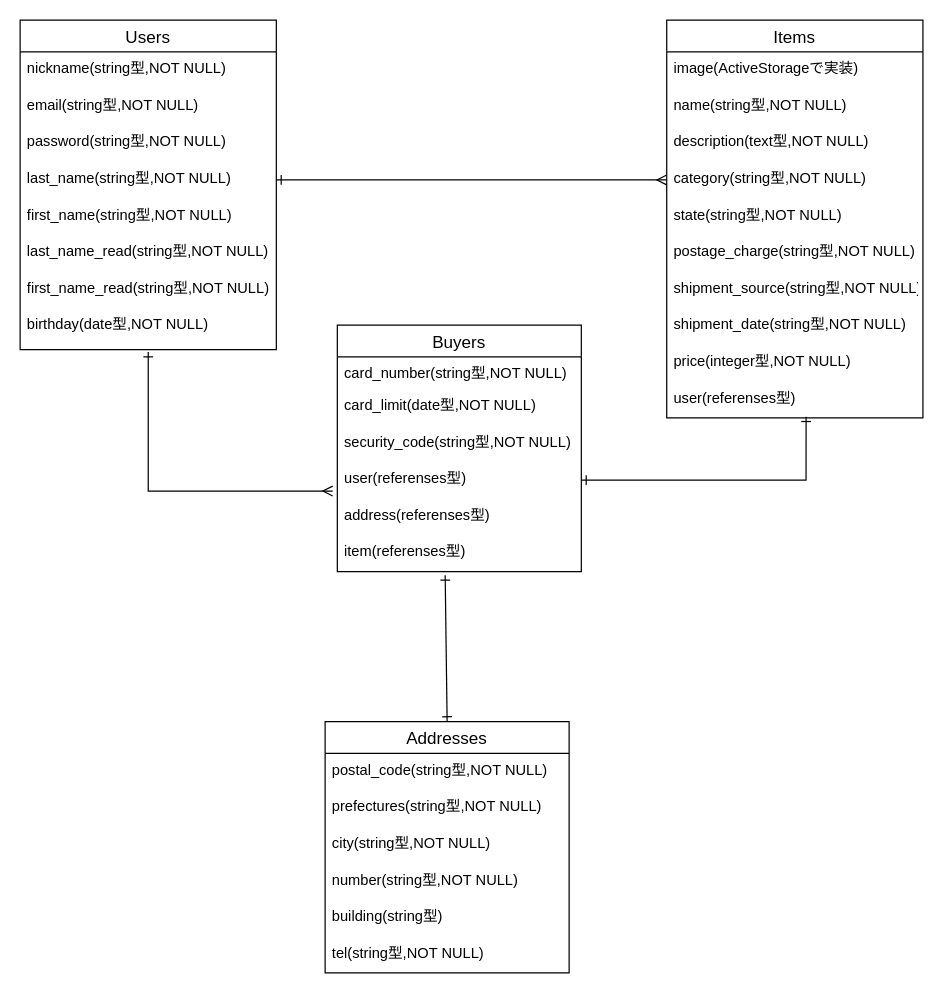
Above: furimaDB.dio in NaoyaNemezawa/furima-32981 (draw.io), before the change. Source tidied: cells renumbered, new cells numbered last; positions are measured from the earlier drawing's top-left corner, leaving out a move shared by most shapes. Both pictures are drawn from the tidied source at 122%, with x=0, y=0 at pixel (20, 20).
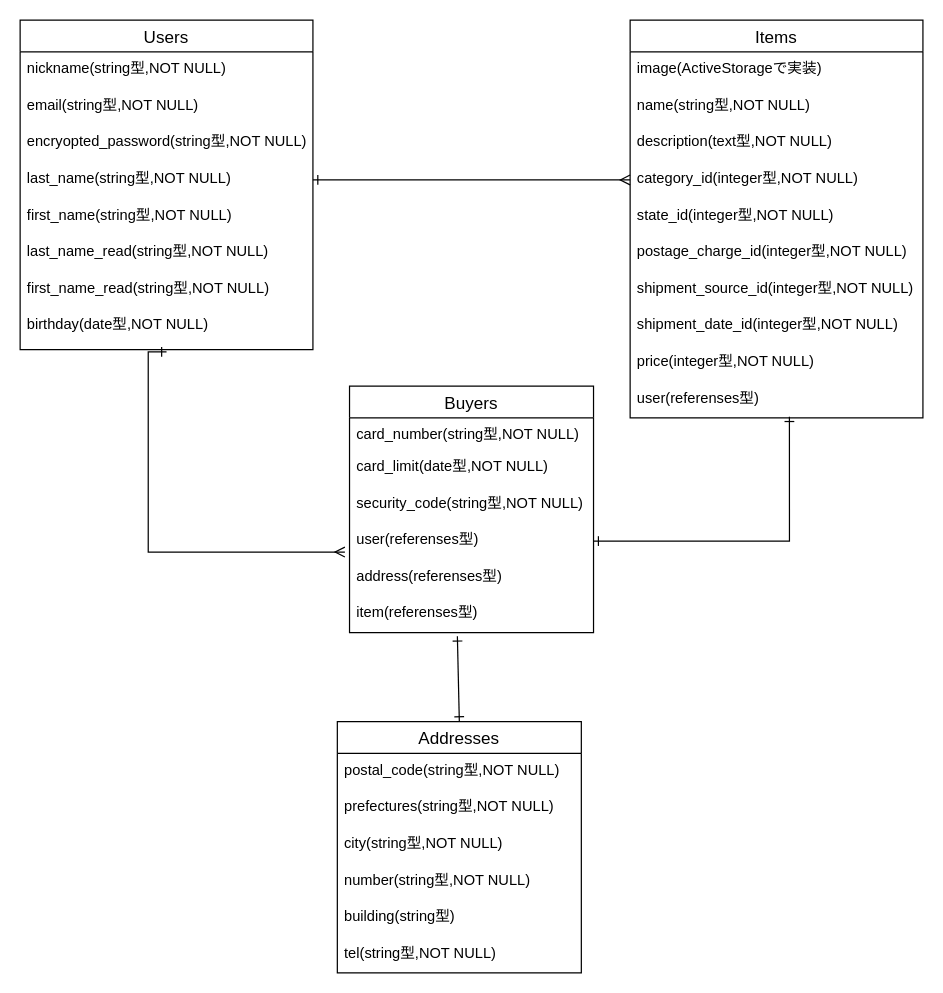
The same diagram, later.

Commit message:
前回のコミットをER図に反映

本当は手順逆

Unchanged cells that the change refers to:
```xml
<mxCell id="15" value="user(referenses型)" style="text;strokeColor=none;fillColor=none;spacingLeft=4;spacingRight=4;overflow=hidden;points=[[0,0.5],[1,0.5]];portConstraint=eastwest;fontSize=12;" parent="11" vertex="1">
  <mxGeometry y="112" width="200" height="30" as="geometry" />
</mxCell>
```

The edit, as a diff of the source:
```diff
@@
     <mxCell id="2" value="Users" style="swimlane;fontStyle=0;horizontal=1;startSize=26;align=center;fontSize=14;direction=east;" parent="1" vertex="1">
-      <mxGeometry width="210" height="270" as="geometry" />
+      <mxGeometry width="240" height="270" as="geometry" />
     </mxCell>
     <mxCell id="3" value="nickname(string型,NOT NULL)" style="text;strokeColor=none;fillColor=none;spacingLeft=4;spacingRight=4;overflow=hidden;fontSize=12;" parent="2" vertex="1">
-      <mxGeometry y="26" width="210" height="30" as="geometry" />
+      <mxGeometry y="26" width="240" height="30" as="geometry" />
     </mxCell>
     <mxCell id="4" value="email(string型,NOT NULL)" style="text;strokeColor=none;fillColor=none;spacingLeft=4;spacingRight=4;overflow=hidden;fontSize=12;" parent="2" vertex="1">
-      <mxGeometry y="56" width="210" height="30" as="geometry" />
+      <mxGeometry y="56" width="240" height="30" as="geometry" />
     </mxCell>
-    <mxCell id="5" value="password(string型,NOT NULL)" style="text;strokeColor=none;fillColor=none;spacingLeft=4;spacingRight=4;overflow=hidden;fontSize=12;" parent="2" vertex="1">
-      <mxGeometry y="86" width="210" height="30" as="geometry" />
+    <mxCell id="5" value="encryopted_password(string型,NOT NULL)" style="text;strokeColor=none;fillColor=none;spacingLeft=4;spacingRight=4;overflow=hidden;fontSize=12;" parent="2" vertex="1">
+      <mxGeometry y="86" width="240" height="30" as="geometry" />
     </mxCell>
     <mxCell id="6" value="last_name(string型,NOT NULL)" style="text;strokeColor=none;fillColor=none;spacingLeft=4;spacingRight=4;overflow=hidden;points=[[0,0.5],[1,0.5]];portConstraint=eastwest;fontSize=12;" parent="2" vertex="1">
-      <mxGeometry y="116" width="210" height="30" as="geometry" />
+      <mxGeometry y="116" width="240" height="30" as="geometry" />
     </mxCell>
     <mxCell id="7" value="first_name(string型,NOT NULL)" style="text;strokeColor=none;fillColor=none;spacingLeft=4;spacingRight=4;overflow=hidden;fontSize=12;" parent="2" vertex="1">
-      <mxGeometry y="146" width="210" height="30" as="geometry" />
+      <mxGeometry y="146" width="240" height="30" as="geometry" />
     </mxCell>
     <mxCell id="8" value="last_name_read(string型,NOT NULL)" style="text;strokeColor=none;fillColor=none;spacingLeft=4;spacingRight=4;overflow=hidden;fontSize=12;" parent="2" vertex="1">
-      <mxGeometry y="176" width="210" height="30" as="geometry" />
+      <mxGeometry y="176" width="240" height="30" as="geometry" />
     </mxCell>
     <mxCell id="9" value="first_name_read(string型,NOT NULL)" style="text;strokeColor=none;fillColor=none;spacingLeft=4;spacingRight=4;overflow=hidden;fontSize=12;" parent="2" vertex="1">
-      <mxGeometry y="206" width="210" height="30" as="geometry" />
+      <mxGeometry y="206" width="240" height="30" as="geometry" />
     </mxCell>
     <mxCell id="10" value="birthday(date型,NOT NULL)" style="text;strokeColor=none;fillColor=none;spacingLeft=4;spacingRight=4;overflow=hidden;points=[[0,0.5],[1,0.5]];portConstraint=eastwest;fontSize=12;" parent="2" vertex="1">
-      <mxGeometry y="236" width="210" height="34" as="geometry" />
+      <mxGeometry y="236" width="240" height="34" as="geometry" />
     </mxCell>
     <mxCell id="11" value="Buyers" style="swimlane;fontStyle=0;horizontal=1;startSize=26;align=center;fontSize=14;" parent="1" vertex="1">
-      <mxGeometry x="260" y="250" width="200" height="202" as="geometry" />
+      <mxGeometry x="270" y="300" width="200" height="202" as="geometry" />
     </mxCell>
@@
     <mxCell id="18" value="Items" style="swimlane;fontStyle=0;horizontal=1;startSize=26;align=center;fontSize=14;" parent="1" vertex="1">
-      <mxGeometry x="530" width="210" height="326" as="geometry" />
+      <mxGeometry x="500" width="240" height="326" as="geometry" />
     </mxCell>
     <mxCell id="19" value="image(ActiveStorageで実装)" style="text;strokeColor=none;fillColor=none;spacingLeft=4;spacingRight=4;overflow=hidden;fontSize=12;" parent="18" vertex="1">
-      <mxGeometry y="26" width="210" height="30" as="geometry" />
+      <mxGeometry y="26" width="240" height="30" as="geometry" />
     </mxCell>
     <mxCell id="20" value="name(string型,NOT NULL)" style="text;strokeColor=none;fillColor=none;spacingLeft=4;spacingRight=4;overflow=hidden;fontSize=12;" parent="18" vertex="1">
-      <mxGeometry y="56" width="210" height="30" as="geometry" />
+      <mxGeometry y="56" width="240" height="30" as="geometry" />
     </mxCell>
     <mxCell id="21" value="description(text型,NOT NULL)" style="text;strokeColor=none;fillColor=none;spacingLeft=4;spacingRight=4;overflow=hidden;fontSize=12;" parent="18" vertex="1">
-      <mxGeometry y="86" width="210" height="30" as="geometry" />
+      <mxGeometry y="86" width="240" height="30" as="geometry" />
     </mxCell>
-    <mxCell id="22" value="category(string型,NOT NULL)" style="text;strokeColor=none;fillColor=none;spacingLeft=4;spacingRight=4;overflow=hidden;points=[[0,0.5],[1,0.5]];portConstraint=eastwest;fontSize=12;" parent="18" vertex="1">
-      <mxGeometry y="116" width="210" height="30" as="geometry" />
+    <mxCell id="22" value="category_id(integer型,NOT NULL)" style="text;strokeColor=none;fillColor=none;spacingLeft=4;spacingRight=4;overflow=hidden;points=[[0,0.5],[1,0.5]];portConstraint=eastwest;fontSize=12;" parent="18" vertex="1">
+      <mxGeometry y="116" width="240" height="30" as="geometry" />
     </mxCell>
-    <mxCell id="23" value="state(string型,NOT NULL)" style="text;strokeColor=none;fillColor=none;spacingLeft=4;spacingRight=4;overflow=hidden;fontSize=12;" parent="18" vertex="1">
-      <mxGeometry y="146" width="210" height="30" as="geometry" />
+    <mxCell id="23" value="state_id(integer型,NOT NULL)" style="text;strokeColor=none;fillColor=none;spacingLeft=4;spacingRight=4;overflow=hidden;fontSize=12;" parent="18" vertex="1">
+      <mxGeometry y="146" width="240" height="30" as="geometry" />
     </mxCell>
-    <mxCell id="24" value="postage_charge(string型,NOT NULL)" style="text;strokeColor=none;fillColor=none;spacingLeft=4;spacingRight=4;overflow=hidden;fontSize=12;" parent="18" vertex="1">
-      <mxGeometry y="176" width="210" height="30" as="geometry" />
+    <mxCell id="24" value="postage_charge_id(integer型,NOT NULL)" style="text;strokeColor=none;fillColor=none;spacingLeft=4;spacingRight=4;overflow=hidden;fontSize=12;" parent="18" vertex="1">
+      <mxGeometry y="176" width="240" height="30" as="geometry" />
     </mxCell>
-    <mxCell id="25" value="shipment_source(string型,NOT NULL)" style="text;strokeColor=none;fillColor=none;spacingLeft=4;spacingRight=4;overflow=hidden;fontSize=12;" parent="18" vertex="1">
-      <mxGeometry y="206" width="210" height="30" as="geometry" />
+    <mxCell id="25" value="shipment_source_id(integer型,NOT NULL)" style="text;strokeColor=none;fillColor=none;spacingLeft=4;spacingRight=4;overflow=hidden;fontSize=12;" parent="18" vertex="1">
+      <mxGeometry y="206" width="240" height="30" as="geometry" />
     </mxCell>
-    <mxCell id="26" value="shipment_date(string型,NOT NULL)" style="text;strokeColor=none;fillColor=none;spacingLeft=4;spacingRight=4;overflow=hidden;fontSize=12;" parent="18" vertex="1">
-      <mxGeometry y="236" width="210" height="30" as="geometry" />
+    <mxCell id="26" value="shipment_date_id(integer型,NOT NULL)" style="text;strokeColor=none;fillColor=none;spacingLeft=4;spacingRight=4;overflow=hidden;fontSize=12;" parent="18" vertex="1">
+      <mxGeometry y="236" width="240" height="30" as="geometry" />
     </mxCell>
     <mxCell id="27" value="price(integer型,NOT NULL)" style="text;strokeColor=none;fillColor=none;spacingLeft=4;spacingRight=4;overflow=hidden;fontSize=12;" parent="18" vertex="1">
-      <mxGeometry y="266" width="210" height="30" as="geometry" />
+      <mxGeometry y="266" width="240" height="30" as="geometry" />
     </mxCell>
     <mxCell id="28" value="user(referenses型)" style="text;strokeColor=none;fillColor=none;spacingLeft=4;spacingRight=4;overflow=hidden;points=[[0,0.5],[1,0.5]];portConstraint=eastwest;fontSize=12;" parent="18" vertex="1">
-      <mxGeometry y="296" width="210" height="30" as="geometry" />
+      <mxGeometry y="296" width="240" height="30" as="geometry" />
     </mxCell>
     <mxCell id="29" value="Addresses" style="swimlane;fontStyle=0;horizontal=1;startSize=26;align=center;fontSize=14;" parent="1" vertex="1">
-      <mxGeometry x="250" y="575" width="200" height="206" as="geometry" />
+      <mxGeometry x="260" y="575" width="200" height="206" as="geometry" />
     </mxCell>
@@
     <mxCell id="37" style="edgeStyle=orthogonalEdgeStyle;rounded=0;jettySize=auto;html=1;startArrow=ERmany;startFill=0;endArrow=ERone;endFill=0;exitX=-0.019;exitY=0.8;exitDx=0;exitDy=0;exitPerimeter=0;entryX=0.5;entryY=1.059;entryDx=0;entryDy=0;entryPerimeter=0;" parent="1" edge="1" source="15" target="10">
       <mxGeometry relative="1" as="geometry">
         <Array as="points">
-          <mxPoint x="105" y="386" />
+          <mxPoint x="105" y="436" />
+          <mxPoint x="105" y="272" />
         </Array>
       </mxGeometry>
     </mxCell>
```
